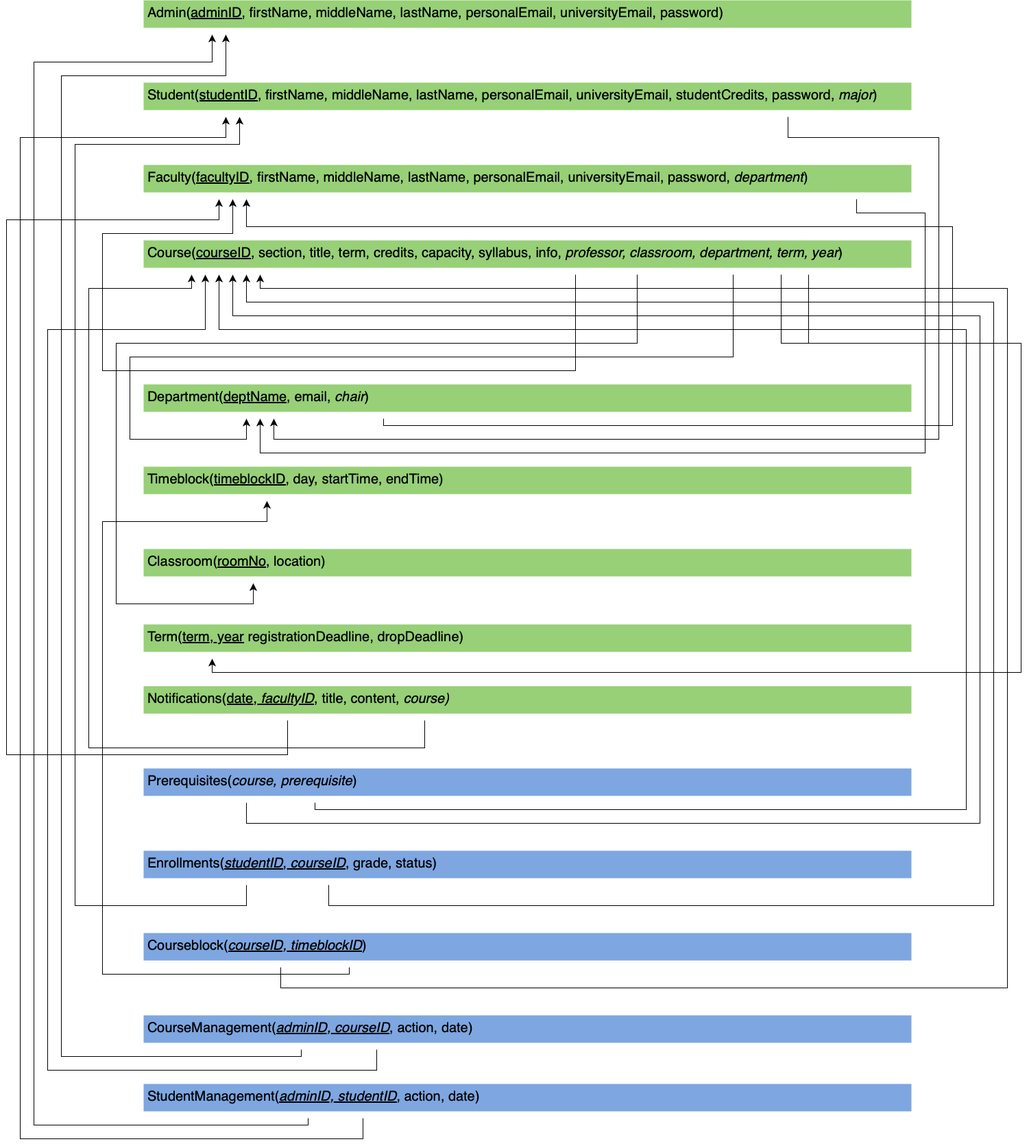
Before: project_files/relational_schema.png, a diagram exported from draw.io (baleenwhales/baleenwhales.github.io). Source tidied: cells renumbered, new cells last; positions are measured from the earlier drawing's top-left corner, leaving out a move shared by most shapes.
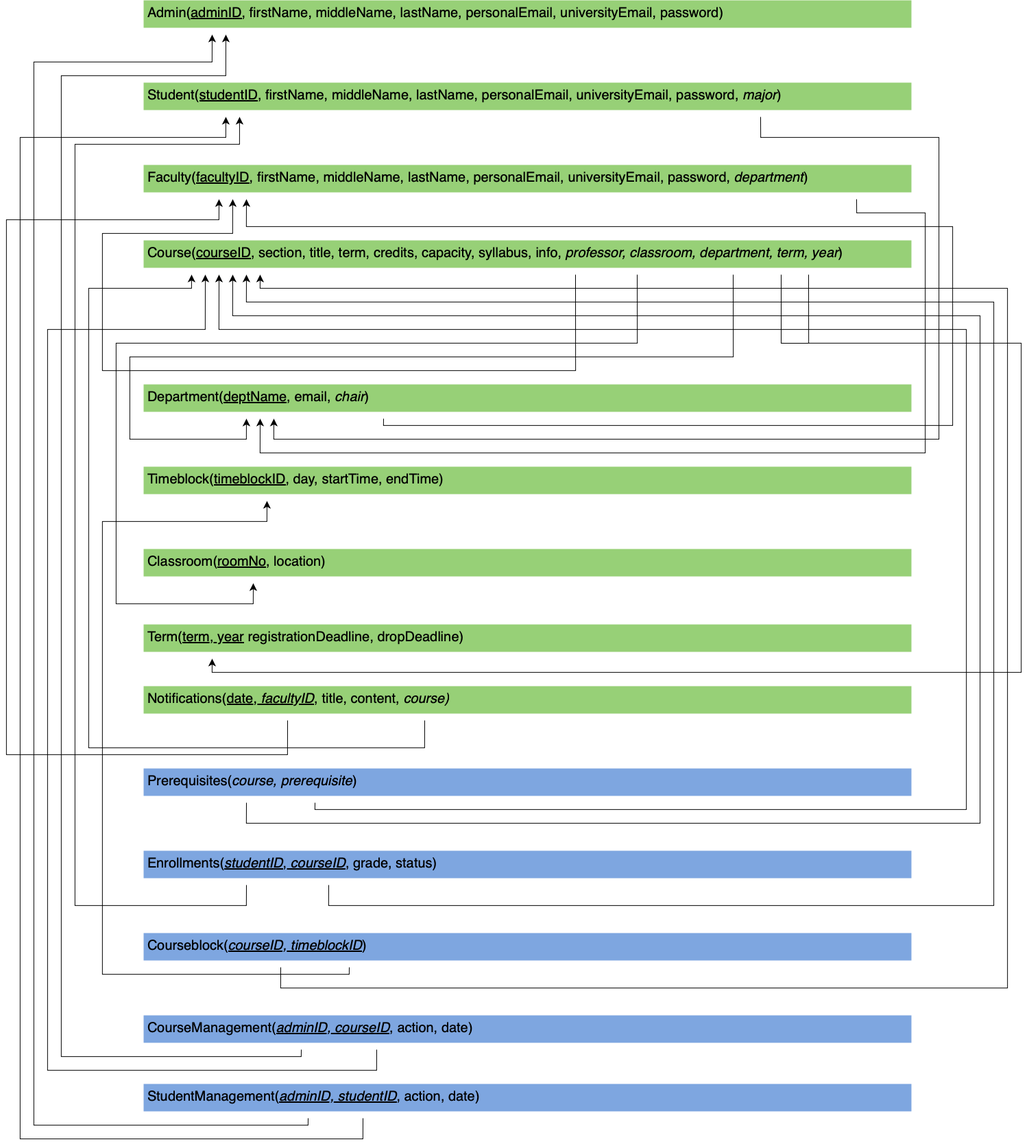
After the change.

What changed in the source:
```diff
@@ -14,7 +14,7 @@
     <mxCell id="5" value="&lt;font style=&quot;font-size: 20px;&quot;&gt;Courseblock&lt;/font&gt;&lt;span style=&quot;font-size: 20px;&quot;&gt;(&lt;/span&gt;&lt;u style=&quot;font-size: 20px;&quot;&gt;&lt;i&gt;courseID, timeblockID&lt;/i&gt;&lt;/u&gt;&lt;span style=&quot;font-size: 20px;&quot;&gt;)&lt;/span&gt;" style="text;strokeColor=none;fillColor=#7EA6E0;spacingLeft=4;spacingRight=4;overflow=hidden;fontSize=12;whiteSpace=wrap;html=1;" parent="1" vertex="1">
       <mxGeometry x="200" y="1360" width="1120" height="40" as="geometry" />
     </mxCell>
-    <mxCell id="6" value="&lt;font style=&quot;font-size: 20px;&quot;&gt;Student(&lt;u&gt;studentID&lt;/u&gt;, firstName, middleName, lastName, personalEmail, universityEmail, studentCredits, password, &lt;i&gt;major&lt;/i&gt;)&lt;/font&gt;" style="text;strokeColor=none;fillColor=#97D077;spacingLeft=4;spacingRight=4;overflow=hidden;fontSize=12;whiteSpace=wrap;html=1;" parent="1" vertex="1">
+    <mxCell id="6" value="&lt;font style=&quot;font-size: 20px;&quot;&gt;Student(&lt;u&gt;studentID&lt;/u&gt;, firstName, middleName, lastName, personalEmail, universityEmail, password, &lt;i&gt;major&lt;/i&gt;)&lt;/font&gt;" style="text;strokeColor=none;fillColor=#97D077;spacingLeft=4;spacingRight=4;overflow=hidden;fontSize=12;whiteSpace=wrap;html=1;" parent="1" vertex="1">
       <mxGeometry x="200" y="120" width="1120" height="40" as="geometry" />
     </mxCell>
     <mxCell id="7" value="&lt;font style=&quot;font-size: 20px;&quot;&gt;Faculty(&lt;u&gt;facultyID&lt;/u&gt;, firstName, middleName, lastName, personalEmail, universityEmail, password, &lt;i&gt;department&lt;/i&gt;)&lt;/font&gt;" style="text;strokeColor=none;fillColor=#97D077;spacingLeft=4;spacingRight=4;overflow=hidden;fontSize=12;whiteSpace=wrap;html=1;" parent="1" vertex="1">
@@ -34,11 +34,11 @@
     </mxCell>
     <mxCell id="12" style="edgeStyle=segmentEdgeStyle;endArrow=classic;html=1;curved=0;rounded=0;endSize=8;startSize=8;sourcePerimeterSpacing=0;targetPerimeterSpacing=0;" parent="1" edge="1">
       <mxGeometry relative="1" as="geometry">
-        <mxPoint x="1140" y="170" as="sourcePoint" />
+        <mxPoint x="1100" y="170" as="sourcePoint" />
         <mxPoint x="390" y="610" as="targetPoint" />
         <Array as="points">
-          <mxPoint x="1140" y="170" />
-          <mxPoint x="1140" y="200" />
+          <mxPoint x="1100" y="170" />
+          <mxPoint x="1100" y="200" />
           <mxPoint x="1360" y="200" />
           <mxPoint x="1360" y="640" />
           <mxPoint x="390" y="640" />
```
